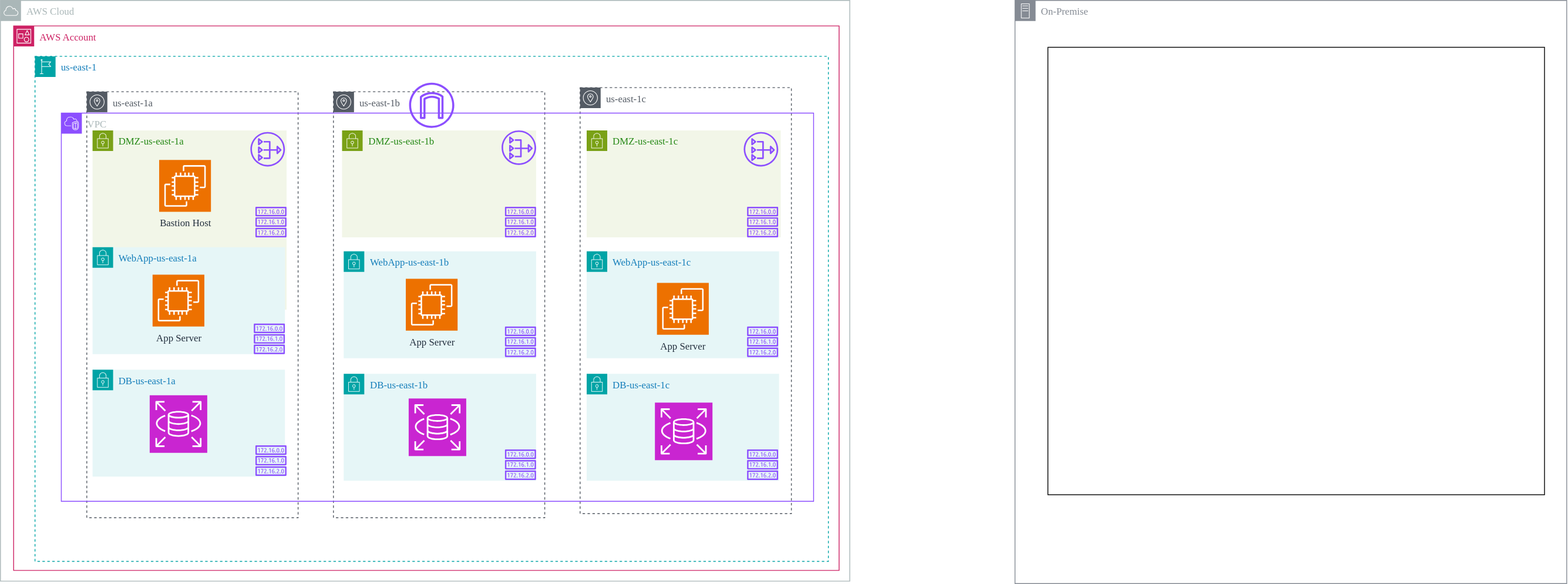
Before: docs/cyber-wizard/Three-Tier-Architecture.svg, a diagram exported from draw.io (prakashkukanoor/Three-Tier-Architecture). Source tidied: cells renumbered, new cells last; positions are measured from the earlier drawing's top-left corner, leaving out a move shared by most shapes.
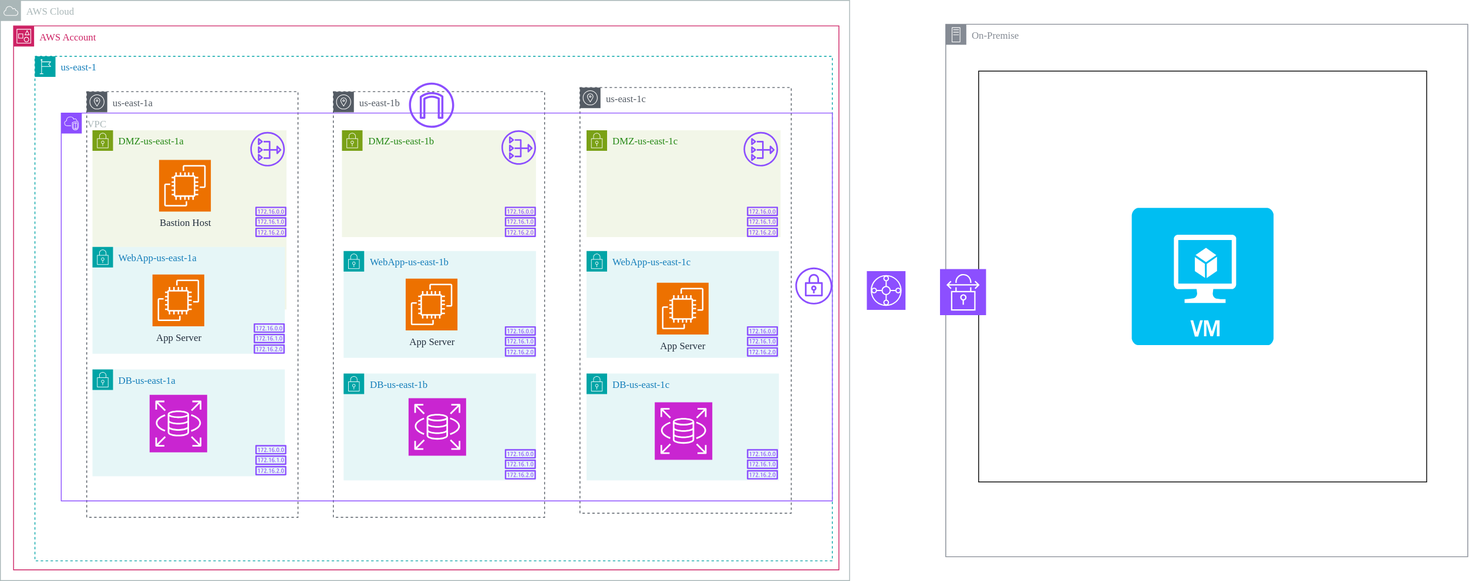
Later version of the same file.

Change to the diagram source:
```diff
@@ -9,7 +9,7 @@
       <mxGeometry x="16" y="31" width="1004" height="662" as="geometry" />
     </mxCell>
     <mxCell id="4" value="us-east-1" style="gradientColor=none;html=1;whiteSpace=wrap;fontSize=12;fontStyle=0;shape=mxgraph.aws4.group;grIcon=mxgraph.aws4.group_region;strokeColor=#00A4A6;fillColor=none;verticalAlign=top;align=left;spacingLeft=30;fontColor=#147EBA;dashed=1;fontFamily=Architects Daughter;fontSource=https%3A%2F%2Ffonts.googleapis.com%2Fcss%3Ffamily%3DArchitects%2BDaughter;" parent="3" vertex="1">
-      <mxGeometry x="26" y="37" width="965" height="614" as="geometry" />
+      <mxGeometry x="26" y="37" width="970" height="614" as="geometry" />
     </mxCell>
     <mxCell id="5" value="us-east-1a" style="sketch=0;gradientColor=none;html=1;whiteSpace=wrap;fontSize=12;fontStyle=0;shape=mxgraph.aws4.group;grIcon=mxgraph.aws4.group_availability_zone;strokeColor=#545B64;fillColor=none;verticalAlign=top;align=left;spacingLeft=30;fontColor=#545B64;dashed=1;fontFamily=Architects Daughter;fontSource=https%3A%2F%2Ffonts.googleapis.com%2Fcss%3Ffamily%3DArchitects%2BDaughter;" parent="4" vertex="1">
       <mxGeometry x="63" y="43" width="257" height="518" as="geometry" />
@@ -21,7 +21,7 @@
       <mxGeometry x="663" y="38" width="257" height="518" as="geometry" />
     </mxCell>
     <mxCell id="8" value="VPC" style="gradientColor=none;html=1;whiteSpace=wrap;fontSize=12;fontStyle=0;shape=mxgraph.aws4.group;grIcon=mxgraph.aws4.group_vpc2;strokeColor=#8C4FFF;fillColor=none;verticalAlign=top;align=left;spacingLeft=30;fontColor=#AAB7B8;dashed=0;fontFamily=Architects Daughter;fontSource=https%3A%2F%2Ffonts.googleapis.com%2Fcss%3Ffamily%3DArchitects%2BDaughter;" parent="4" vertex="1">
-      <mxGeometry x="32" y="69" width="915" height="472" as="geometry" />
+      <mxGeometry x="32" y="69" width="938" height="472" as="geometry" />
     </mxCell>
     <mxCell id="9" value="DMZ-us-east-1c" style="gradientColor=none;html=1;whiteSpace=wrap;fontSize=12;fontStyle=0;shape=mxgraph.aws4.group;grIcon=mxgraph.aws4.group_security_group;grStroke=0;strokeColor=#7AA116;fillColor=#F2F6E8;verticalAlign=top;align=left;spacingLeft=30;fontColor=#248814;dashed=0;fontFamily=Architects Daughter;fontSource=https%3A%2F%2Ffonts.googleapis.com%2Fcss%3Ffamily%3DArchitects%2BDaughter;" parent="8" vertex="1">
       <mxGeometry x="639" y="21" width="236" height="130" as="geometry" />
@@ -56,6 +56,9 @@
     <mxCell id="19" value="DB-us-east-1a" style="gradientColor=none;html=1;whiteSpace=wrap;fontSize=12;fontStyle=0;shape=mxgraph.aws4.group;grIcon=mxgraph.aws4.group_security_group;grStroke=0;strokeColor=#00A4A6;fillColor=#E6F6F7;verticalAlign=top;align=left;spacingLeft=30;fontColor=#147EBA;dashed=0;fontFamily=Architects Daughter;fontSource=https%3A%2F%2Ffonts.googleapis.com%2Fcss%3Ffamily%3DArchitects%2BDaughter;" parent="8" vertex="1">
       <mxGeometry x="38" y="312" width="234" height="130" as="geometry" />
     </mxCell>
+    <mxCell id="40" style="sketch=0;fontColor=#232F3E;gradientColor=none;fillColor=#8C4FFF;strokeColor=none;dashed=0;verticalLabelPosition=bottom;verticalAlign=top;align=center;html=1;fontSize=12;fontStyle=0;shape=mxgraph.aws4.vpn_gateway;fontFamily=Architects Daughter;fontSource=https%3A%2F%2Ffonts.googleapis.com%2Fcss%3Ffamily%3DArchitects%2BDaughter;" parent="8" vertex="1">
+      <mxGeometry x="893" y="188" width="45" height="45" as="geometry" />
+    </mxCell>
     <mxCell id="20" value="DMZ-us-east-1a" style="gradientColor=none;html=1;whiteSpace=wrap;fontSize=12;fontStyle=0;shape=mxgraph.aws4.group;grIcon=mxgraph.aws4.group_security_group;grStroke=0;strokeColor=#7AA116;fillColor=#F2F6E8;verticalAlign=top;align=left;spacingLeft=30;fontColor=#248814;dashed=0;fontFamily=Architects Daughter;fontSource=https%3A%2F%2Ffonts.googleapis.com%2Fcss%3Ffamily%3DArchitects%2BDaughter;" parent="4" vertex="1">
       <mxGeometry x="70" y="90" width="236" height="218" as="geometry" />
     </mxCell>
@@ -111,10 +114,19 @@
       <mxGeometry x="455" y="32" width="55" height="55" as="geometry" />
     </mxCell>
     <mxCell id="38" value="On-Premise" style="sketch=0;gradientColor=none;html=1;whiteSpace=wrap;fontSize=12;fontStyle=0;shape=mxgraph.aws4.group;grIcon=mxgraph.aws4.group_on_premise;strokeColor=#858B94;fillColor=none;verticalAlign=top;align=left;spacingLeft=30;fontColor=#858B94;dashed=0;fontFamily=Architects Daughter;fontSource=https%3A%2F%2Ffonts.googleapis.com%2Fcss%3Ffamily%3DArchitects%2BDaughter;" parent="1" vertex="1">
-      <mxGeometry x="1234" width="671" height="709" as="geometry" />
+      <mxGeometry x="1150" y="29" width="635" height="648" as="geometry" />
     </mxCell>
     <mxCell id="39" style="rounded=0;whiteSpace=wrap;html=1;fontFamily=Architects Daughter;fontSource=https%3A%2F%2Ffonts.googleapis.com%2Fcss%3Ffamily%3DArchitects%2BDaughter;" parent="1" vertex="1">
-      <mxGeometry x="1274" y="57" width="604" height="544" as="geometry" />
+      <mxGeometry x="1190" y="86" width="545" height="500" as="geometry" />
     </mxCell>
+    <mxCell id="41" style="verticalLabelPosition=bottom;html=1;verticalAlign=top;align=center;strokeColor=none;fillColor=#00BEF2;shape=mxgraph.azure.virtual_machine;fontFamily=Architects Daughter;fontSource=https%3A%2F%2Ffonts.googleapis.com%2Fcss%3Ffamily%3DArchitects%2BDaughter;" parent="1" vertex="1">
+      <mxGeometry x="1376.2" y="252.5" width="172.5" height="167" as="geometry" />
+    </mxCell>
+    <mxCell id="42" style="sketch=0;fontColor=#232F3E;fillColor=#8C4FFF;strokeColor=#ffffff;dashed=0;verticalLabelPosition=bottom;verticalAlign=top;align=center;html=1;fontSize=12;fontStyle=0;shape=mxgraph.aws4.resourceIcon;resIcon=mxgraph.aws4.site_to_site_vpn;fontFamily=Architects Daughter;fontSource=https%3A%2F%2Ffonts.googleapis.com%2Fcss%3Ffamily%3DArchitects%2BDaughter;" parent="1" vertex="1">
+      <mxGeometry x="1143" y="327" width="56" height="56" as="geometry" />
+    </mxCell>
+    <mxCell id="43" style="sketch=0;fontColor=#232F3E;fillColor=#8C4FFF;strokeColor=#ffffff;dashed=0;verticalLabelPosition=bottom;verticalAlign=top;align=center;html=1;fontSize=12;fontStyle=0;shape=mxgraph.aws4.resourceIcon;resIcon=mxgraph.aws4.transit_gateway;fontFamily=Architects Daughter;fontSource=https%3A%2F%2Ffonts.googleapis.com%2Fcss%3Ffamily%3DArchitects%2BDaughter;" parent="1" vertex="1">
+      <mxGeometry x="1054" y="329.5" width="47" height="47" as="geometry" />
+    </mxCell>
   </root>
 </mxGraphModel>
```
